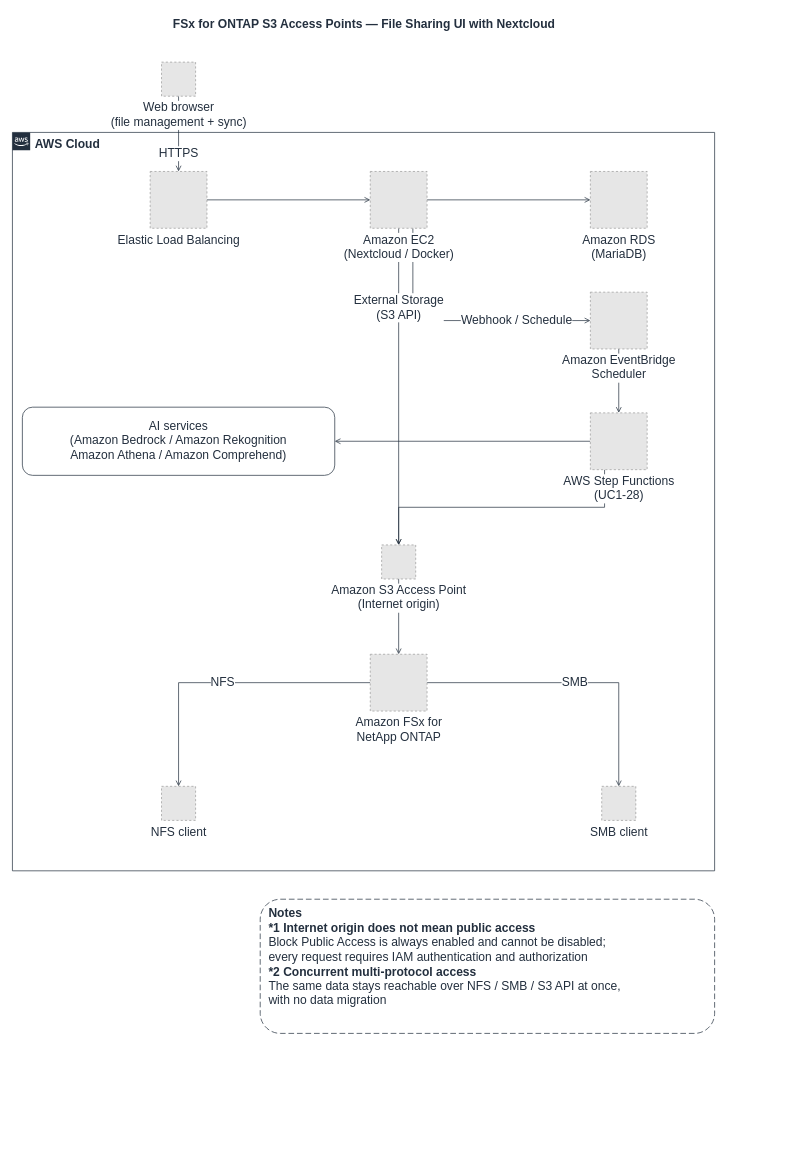
Earlier version of the draw.io diagram docs/diagrams/nextcloud-external-storage-en.drawio (Yoshiki0705/FSx-for-ONTAP-S3AccessPoints-Serverless-Patterns). Source tidied: cells renumbered, new cells numbered last; positions are measured from the earlier drawing's top-left corner, leaving out a move shared by most shapes. Both pictures are drawn from the tidied source at 71%, with x=0, y=0 at pixel (12, 12). Pictures stored in the file or linked from it are replaced by grey dashed boxes.
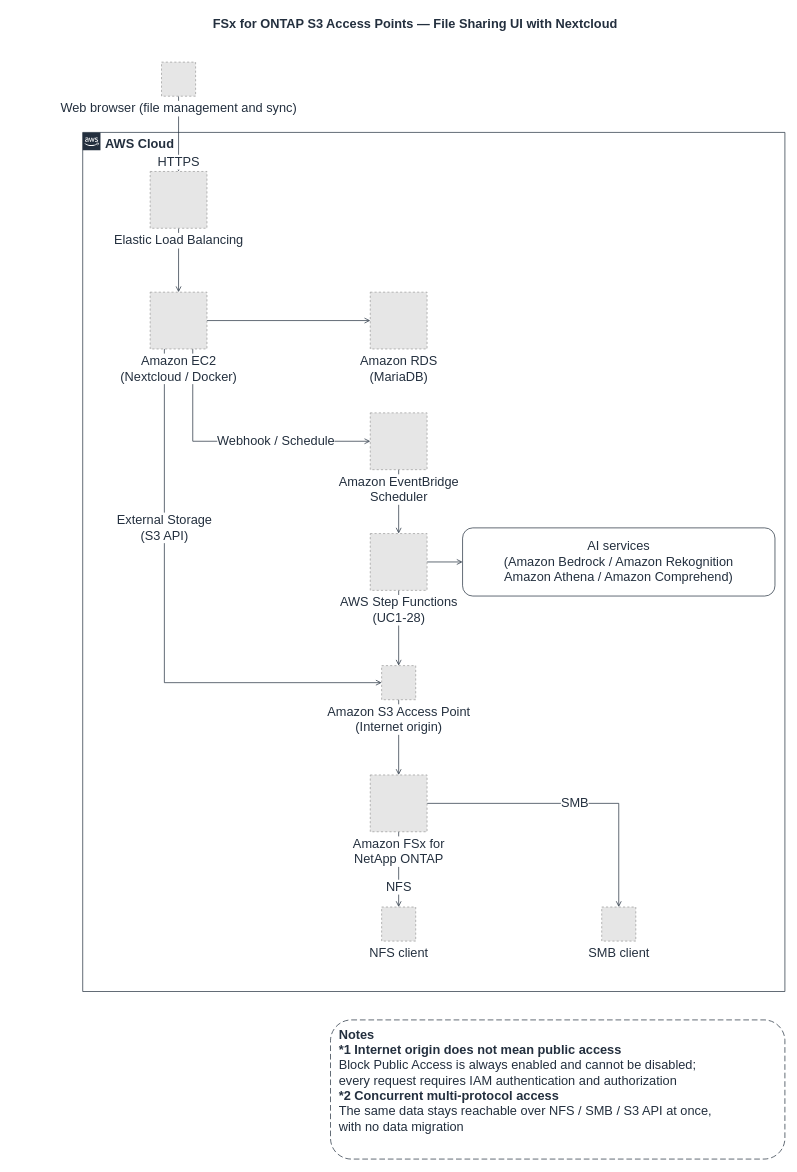
The same diagram, later.

The edit, as a diff of the source:
```diff
@@
-    <mxCell id="2" value="FSx for ONTAP S3 Access Points — File Sharing UI with Nextcloud" style="text;html=1;align=center;verticalAlign=middle;fontSize=17;fontStyle=1;fontColor=#232F3E;" parent="1" vertex="1">
-      <mxGeometry width="989" height="34" as="geometry" />
+    <mxCell id="2" value="FSx for ONTAP S3 Access Points — File Sharing UI with Nextcloud" style="text;html=1;align=center;verticalAlign=middle;fontSize=18;fontStyle=1;fontColor=#232F3E;" parent="1" vertex="1">
+      <mxGeometry x="46" width="1042" height="34" as="geometry" />
     </mxCell>
-    <mxCell id="3" value="AWS Cloud" style="gradientColor=none;html=1;whiteSpace=wrap;fontSize=17;fontStyle=1;shape=mxgraph.aws4.group;grIcon=mxgraph.aws4.group_aws_cloud_alt;strokeColor=#232F3E;fillColor=none;verticalAlign=top;align=left;spacingLeft=30;fontColor=#232F3E;dashed=0;" parent="1" vertex="1">
-      <mxGeometry y="169" width="989" height="1040" as="geometry" />
-    </mxCell>
-    <mxCell id="4" value="HTTPS" style="edgeStyle=orthogonalEdgeStyle;rounded=0;jettySize=auto;html=1;endArrow=open;endFill=0;strokeColor=#232F3E;strokeWidth=1;fontSize=17;fontColor=#232F3E;labelBackgroundColor=#ffffff;" parent="1" edge="1" source="15" target="17">
+    <mxCell id="4" value="HTTPS" style="edgeStyle=orthogonalEdgeStyle;rounded=0;jettySize=auto;html=1;endArrow=open;endFill=0;strokeColor=#232F3E;strokeWidth=1;fontSize=18;fontColor=#232F3E;labelBackgroundColor=#ffffff;" parent="1" edge="1" source="15" target="17">
       <mxGeometry relative="1" as="geometry">
-        <mxPoint y="28" as="offset" />
+        <mxPoint y="40" as="offset" />
       </mxGeometry>
     </mxCell>
-    <mxCell id="5" style="edgeStyle=orthogonalEdgeStyle;rounded=0;jettySize=auto;html=1;endArrow=open;endFill=0;strokeColor=#232F3E;strokeWidth=1;fontSize=17;fontColor=#232F3E;labelBackgroundColor=#ffffff;" parent="1" edge="1" source="17" target="18">
+    <mxCell id="5" style="edgeStyle=orthogonalEdgeStyle;rounded=0;jettySize=auto;html=1;endArrow=open;endFill=0;strokeColor=#232F3E;strokeWidth=1;fontSize=18;fontColor=#232F3E;labelBackgroundColor=#ffffff;" parent="1" edge="1" source="17" target="18">
       <mxGeometry relative="1" as="geometry" />
     </mxCell>
-    <mxCell id="6" style="edgeStyle=orthogonalEdgeStyle;rounded=0;jettySize=auto;html=1;endArrow=open;endFill=0;strokeColor=#232F3E;strokeWidth=1;fontSize=17;fontColor=#232F3E;labelBackgroundColor=#ffffff;" parent="1" edge="1" source="18" target="16">
+    <mxCell id="6" style="edgeStyle=orthogonalEdgeStyle;rounded=0;jettySize=auto;html=1;endArrow=open;endFill=0;strokeColor=#232F3E;strokeWidth=1;fontSize=18;fontColor=#232F3E;labelBackgroundColor=#ffffff;" parent="1" edge="1" source="18" target="16">
       <mxGeometry relative="1" as="geometry" />
     </mxCell>
-    <mxCell id="7" value="Webhook / Schedule" style="edgeStyle=orthogonalEdgeStyle;rounded=0;jettySize=auto;html=1;endArrow=open;endFill=0;strokeColor=#232F3E;strokeWidth=1;fontSize=17;fontColor=#232F3E;labelBackgroundColor=#ffffff;exitX=0.75;exitY=1;exitDx=0;exitDy=0;entryX=0;entryY=0.5;entryDx=0;entryDy=0;" parent="1" edge="1" source="18" target="19">
-      <mxGeometry x="0.45" relative="1" as="geometry" />
+    <mxCell id="7" value="Webhook / Schedule" style="edgeStyle=orthogonalEdgeStyle;rounded=0;jettySize=auto;html=1;endArrow=open;endFill=0;strokeColor=#232F3E;strokeWidth=1;fontSize=18;fontColor=#232F3E;labelBackgroundColor=#ffffff;exitX=0.75;exitY=1;exitDx=0;exitDy=0;entryX=0;entryY=0.5;entryDx=0;entryDy=0;" parent="1" edge="1" source="18" target="19">
+      <mxGeometry x="0.3" relative="1" as="geometry" />
     </mxCell>
-    <mxCell id="8" style="edgeStyle=orthogonalEdgeStyle;rounded=0;jettySize=auto;html=1;endArrow=open;endFill=0;strokeColor=#232F3E;strokeWidth=1;fontSize=17;fontColor=#232F3E;labelBackgroundColor=#ffffff;" parent="1" edge="1" source="19" target="21">
+    <mxCell id="8" style="edgeStyle=orthogonalEdgeStyle;rounded=0;jettySize=auto;html=1;endArrow=open;endFill=0;strokeColor=#232F3E;strokeWidth=1;fontSize=18;fontColor=#232F3E;labelBackgroundColor=#ffffff;" parent="1" edge="1" source="19" target="21">
       <mxGeometry relative="1" as="geometry" />
     </mxCell>
-    <mxCell id="9" style="edgeStyle=orthogonalEdgeStyle;rounded=0;jettySize=auto;html=1;endArrow=open;endFill=0;strokeColor=#232F3E;strokeWidth=1;fontSize=17;fontColor=#232F3E;labelBackgroundColor=#ffffff;" parent="1" edge="1" source="21" target="20">
+    <mxCell id="9" style="edgeStyle=orthogonalEdgeStyle;rounded=0;jettySize=auto;html=1;endArrow=open;endFill=0;strokeColor=#232F3E;strokeWidth=1;fontSize=18;fontColor=#232F3E;labelBackgroundColor=#ffffff;" parent="1" edge="1" source="21" target="20">
       <mxGeometry relative="1" as="geometry" />
     </mxCell>
-    <mxCell id="10" style="edgeStyle=orthogonalEdgeStyle;rounded=0;jettySize=auto;html=1;endArrow=open;endFill=0;strokeColor=#232F3E;strokeWidth=1;fontSize=17;fontColor=#232F3E;labelBackgroundColor=#ffffff;exitX=0.25;exitY=1;exitDx=0;exitDy=0;" parent="1" edge="1" source="21" target="22">
+    <mxCell id="10" style="edgeStyle=orthogonalEdgeStyle;rounded=0;jettySize=auto;html=1;endArrow=open;endFill=0;strokeColor=#232F3E;strokeWidth=1;fontSize=18;fontColor=#232F3E;labelBackgroundColor=#ffffff;" parent="1" edge="1" source="21" target="22">
       <mxGeometry relative="1" as="geometry" />
     </mxCell>
-    <mxCell id="11" value="External Storage&lt;br&gt;(S3 API)" style="edgeStyle=orthogonalEdgeStyle;rounded=0;jettySize=auto;html=1;endArrow=open;endFill=0;strokeColor=#232F3E;strokeWidth=1;fontSize=17;fontColor=#232F3E;labelBackgroundColor=#ffffff;" parent="1" edge="1" source="18" target="22">
-      <mxGeometry x="-0.5" relative="1" as="geometry" />
+    <mxCell id="11" value="External Storage&lt;br&gt;(S3 API)" style="edgeStyle=orthogonalEdgeStyle;rounded=0;jettySize=auto;html=1;endArrow=open;endFill=0;strokeColor=#232F3E;strokeWidth=1;fontSize=18;fontColor=#232F3E;labelBackgroundColor=#ffffff;exitX=0.25;exitY=1;exitDx=0;exitDy=0;entryX=0;entryY=0.5;entryDx=0;entryDy=0;" parent="1" edge="1" source="18" target="22">
+      <mxGeometry x="-0.35" relative="1" as="geometry" />
     </mxCell>
-    <mxCell id="12" style="edgeStyle=orthogonalEdgeStyle;rounded=0;jettySize=auto;html=1;endArrow=open;endFill=0;strokeColor=#232F3E;strokeWidth=1;fontSize=17;fontColor=#232F3E;labelBackgroundColor=#ffffff;" parent="1" edge="1" source="22" target="23">
+    <mxCell id="12" style="edgeStyle=orthogonalEdgeStyle;rounded=0;jettySize=auto;html=1;endArrow=open;endFill=0;strokeColor=#232F3E;strokeWidth=1;fontSize=18;fontColor=#232F3E;labelBackgroundColor=#ffffff;" parent="1" edge="1" source="22" target="23">
       <mxGeometry relative="1" as="geometry" />
     </mxCell>
-    <mxCell id="13" value="NFS" style="edgeStyle=orthogonalEdgeStyle;rounded=0;jettySize=auto;html=1;endArrow=open;endFill=0;strokeColor=#232F3E;strokeWidth=1;fontSize=17;fontColor=#232F3E;labelBackgroundColor=#ffffff;" parent="1" edge="1" source="23" target="24">
-      <mxGeometry relative="1" as="geometry" />
+    <mxCell id="13" value="NFS" style="edgeStyle=orthogonalEdgeStyle;rounded=0;jettySize=auto;html=1;endArrow=open;endFill=0;strokeColor=#232F3E;strokeWidth=1;fontSize=18;fontColor=#232F3E;labelBackgroundColor=#ffffff;" parent="1" edge="1" source="23" target="24">
+      <mxGeometry relative="1" as="geometry">
+        <mxPoint y="25" as="offset" />
+      </mxGeometry>
     </mxCell>
-    <mxCell id="14" value="SMB" style="edgeStyle=orthogonalEdgeStyle;rounded=0;jettySize=auto;html=1;endArrow=open;endFill=0;strokeColor=#232F3E;strokeWidth=1;fontSize=17;fontColor=#232F3E;labelBackgroundColor=#ffffff;" parent="1" edge="1" source="23" target="25">
+    <mxCell id="14" value="SMB" style="edgeStyle=orthogonalEdgeStyle;rounded=0;jettySize=auto;html=1;endArrow=open;endFill=0;strokeColor=#232F3E;strokeWidth=1;fontSize=18;fontColor=#232F3E;labelBackgroundColor=#ffffff;" parent="1" edge="1" source="23" target="25">
       <mxGeometry relative="1" as="geometry" />
     </mxCell>
+    <mxCell id="3" value="AWS Cloud" style="gradientColor=none;html=1;whiteSpace=wrap;fontSize=18;fontStyle=1;shape=mxgraph.aws4.group;grIcon=mxgraph.aws4.group_aws_cloud_alt;strokeColor=#232F3E;fillColor=none;verticalAlign=top;align=left;spacingLeft=30;fontColor=#232F3E;dashed=0;labelBackgroundColor=#FFFFFF;" parent="1" vertex="1">
+      <mxGeometry x="99" y="169" width="989" height="1210" as="geometry" />
+    </mxCell>
-    <mxCell id="15" value="Web browser&lt;br&gt;(file management + sync)" style="fillColor=#E6E6E6;strokeColor=#999999;dashed=1;html=1;verticalLabelPosition=bottom;verticalAlign=top;labelPosition=center;align=center;fontSize=17;fontColor=#232F3E;labelBackgroundColor=#FFFFFF;" parent="1" vertex="1">
+    <mxCell id="15" value="Web browser (file management and sync)" style="fillColor=#E6E6E6;strokeColor=#999999;dashed=1;html=1;verticalLabelPosition=bottom;verticalAlign=top;labelPosition=center;align=center;fontSize=18;fontColor=#232F3E;labelBackgroundColor=#FFFFFF;" parent="1" vertex="1">
       <mxGeometry x="210" y="70" width="48" height="48" as="geometry" />
     </mxCell>
-    <mxCell id="16" value="Amazon RDS&lt;br&gt;(MariaDB)" style="fillColor=#E6E6E6;strokeColor=#999999;dashed=1;html=1;verticalLabelPosition=bottom;verticalAlign=top;labelPosition=center;align=center;fontSize=17;fontColor=#232F3E;labelBackgroundColor=#FFFFFF;" parent="1" vertex="1">
-      <mxGeometry x="814" y="224" width="80" height="80" as="geometry" />
-    </mxCell>
-    <mxCell id="17" value="Elastic Load Balancing" style="fillColor=#E6E6E6;strokeColor=#999999;dashed=1;html=1;verticalLabelPosition=bottom;verticalAlign=top;labelPosition=center;align=center;fontSize=17;fontColor=#232F3E;labelBackgroundColor=#FFFFFF;" parent="1" vertex="1">
+    <mxCell id="17" value="Elastic Load Balancing" style="fillColor=#E6E6E6;strokeColor=#999999;dashed=1;html=1;verticalLabelPosition=bottom;verticalAlign=top;labelPosition=center;align=center;fontSize=18;fontColor=#232F3E;labelBackgroundColor=#FFFFFF;" parent="1" vertex="1">
       <mxGeometry x="194" y="224" width="80" height="80" as="geometry" />
     </mxCell>
-    <mxCell id="18" value="Amazon EC2&lt;br&gt;(Nextcloud / Docker)" style="fillColor=#E6E6E6;strokeColor=#999999;dashed=1;html=1;verticalLabelPosition=bottom;verticalAlign=top;labelPosition=center;align=center;fontSize=17;fontColor=#232F3E;labelBackgroundColor=#FFFFFF;" parent="1" vertex="1">
-      <mxGeometry x="504" y="224" width="80" height="80" as="geometry" />
+    <mxCell id="18" value="Amazon EC2&lt;br&gt;(Nextcloud / Docker)" style="fillColor=#E6E6E6;strokeColor=#999999;dashed=1;html=1;verticalLabelPosition=bottom;verticalAlign=top;labelPosition=center;align=center;fontSize=18;fontColor=#232F3E;labelBackgroundColor=#FFFFFF;" parent="1" vertex="1">
+      <mxGeometry x="194" y="394" width="80" height="80" as="geometry" />
     </mxCell>
+    <mxCell id="16" value="Amazon RDS&lt;br&gt;(MariaDB)" style="fillColor=#E6E6E6;strokeColor=#999999;dashed=1;html=1;verticalLabelPosition=bottom;verticalAlign=top;labelPosition=center;align=center;fontSize=18;fontColor=#232F3E;labelBackgroundColor=#FFFFFF;" parent="1" vertex="1">
+      <mxGeometry x="504" y="394" width="80" height="80" as="geometry" />
+    </mxCell>
-    <mxCell id="19" value="Amazon EventBridge&lt;br&gt;Scheduler" style="fillColor=#E6E6E6;strokeColor=#999999;dashed=1;html=1;verticalLabelPosition=bottom;verticalAlign=top;labelPosition=center;align=center;fontSize=17;fontColor=#232F3E;labelBackgroundColor=#FFFFFF;" parent="1" vertex="1">
-      <mxGeometry x="814" y="394" width="80" height="80" as="geometry" />
+    <mxCell id="19" value="Amazon EventBridge&lt;br&gt;Scheduler" style="fillColor=#E6E6E6;strokeColor=#999999;dashed=1;html=1;verticalLabelPosition=bottom;verticalAlign=top;labelPosition=center;align=center;fontSize=18;fontColor=#232F3E;labelBackgroundColor=#FFFFFF;" parent="1" vertex="1">
+      <mxGeometry x="504" y="564" width="80" height="80" as="geometry" />
     </mxCell>
+    <mxCell id="21" value="AWS Step Functions&lt;br&gt;(UC1-28)" style="fillColor=#E6E6E6;strokeColor=#999999;dashed=1;html=1;verticalLabelPosition=bottom;verticalAlign=top;labelPosition=center;align=center;fontSize=18;fontColor=#232F3E;labelBackgroundColor=#FFFFFF;" parent="1" vertex="1">
+      <mxGeometry x="504" y="734" width="80" height="80" as="geometry" />
+    </mxCell>
-    <mxCell id="20" value="AI services&lt;br&gt;(Amazon Bedrock / Amazon Rekognition&lt;br&gt;Amazon Athena / Amazon Comprehend)" style="rounded=1;whiteSpace=wrap;html=1;dashed=0;strokeColor=#232F3E;fillColor=#FFFFFF;align=center;verticalAlign=middle;fontSize=17;fontColor=#232F3E;" parent="1" vertex="1">
-      <mxGeometry x="14" y="556" width="440" height="96" as="geometry" />
+    <mxCell id="20" value="AI services&lt;br&gt;(Amazon Bedrock / Amazon Rekognition&lt;br&gt;Amazon Athena / Amazon Comprehend)" style="rounded=1;whiteSpace=wrap;html=1;dashed=0;strokeColor=#232F3E;fillColor=#FFFFFF;align=center;verticalAlign=middle;fontSize=18;fontColor=#232F3E;" parent="1" vertex="1">
+      <mxGeometry x="634" y="726" width="440" height="96" as="geometry" />
     </mxCell>
-    <mxCell id="21" value="AWS Step Functions&lt;br&gt;(UC1-28)" style="fillColor=#E6E6E6;strokeColor=#999999;dashed=1;html=1;verticalLabelPosition=bottom;verticalAlign=top;labelPosition=center;align=center;fontSize=17;fontColor=#232F3E;labelBackgroundColor=#FFFFFF;" parent="1" vertex="1">
-      <mxGeometry x="814" y="564" width="80" height="80" as="geometry" />
-    </mxCell>
-    <mxCell id="22" value="Amazon S3 Access Point&lt;br&gt;(Internet origin)" style="fillColor=#E6E6E6;strokeColor=#999999;dashed=1;html=1;verticalLabelPosition=bottom;verticalAlign=top;labelPosition=center;align=center;fontSize=17;fontColor=#232F3E;labelBackgroundColor=#FFFFFF;" parent="1" vertex="1">
-      <mxGeometry x="520" y="750" width="48" height="48" as="geometry" />
+    <mxCell id="22" value="Amazon S3 Access Point&lt;br&gt;(Internet origin)" style="fillColor=#E6E6E6;strokeColor=#999999;dashed=1;html=1;verticalLabelPosition=bottom;verticalAlign=top;labelPosition=center;align=center;fontSize=18;fontColor=#232F3E;labelBackgroundColor=#FFFFFF;" parent="1" vertex="1">
+      <mxGeometry x="520" y="920" width="48" height="48" as="geometry" />
     </mxCell>
-    <mxCell id="23" value="Amazon FSx for&lt;br&gt;NetApp ONTAP" style="fillColor=#E6E6E6;strokeColor=#999999;dashed=1;html=1;verticalLabelPosition=bottom;verticalAlign=top;labelPosition=center;align=center;fontSize=17;fontColor=#232F3E;labelBackgroundColor=#FFFFFF;" parent="1" vertex="1">
-      <mxGeometry x="504" y="904" width="80" height="80" as="geometry" />
+    <mxCell id="23" value="Amazon FSx for&lt;br&gt;NetApp ONTAP" style="fillColor=#E6E6E6;strokeColor=#999999;dashed=1;html=1;verticalLabelPosition=bottom;verticalAlign=top;labelPosition=center;align=center;fontSize=18;fontColor=#232F3E;labelBackgroundColor=#FFFFFF;" parent="1" vertex="1">
+      <mxGeometry x="504" y="1074" width="80" height="80" as="geometry" />
     </mxCell>
-    <mxCell id="24" value="NFS client" style="fillColor=#E6E6E6;strokeColor=#999999;dashed=1;html=1;verticalLabelPosition=bottom;verticalAlign=top;labelPosition=center;align=center;fontSize=17;fontColor=#232F3E;labelBackgroundColor=#FFFFFF;" parent="1" vertex="1">
-      <mxGeometry x="210" y="1090" width="48" height="48" as="geometry" />
+    <mxCell id="24" value="NFS client" style="fillColor=#E6E6E6;strokeColor=#999999;dashed=1;html=1;verticalLabelPosition=bottom;verticalAlign=top;labelPosition=center;align=center;fontSize=18;fontColor=#232F3E;labelBackgroundColor=#FFFFFF;" parent="1" vertex="1">
+      <mxGeometry x="520" y="1260" width="48" height="48" as="geometry" />
     </mxCell>
-    <mxCell id="25" value="SMB client" style="fillColor=#E6E6E6;strokeColor=#999999;dashed=1;html=1;verticalLabelPosition=bottom;verticalAlign=top;labelPosition=center;align=center;fontSize=17;fontColor=#232F3E;labelBackgroundColor=#FFFFFF;" parent="1" vertex="1">
-      <mxGeometry x="830" y="1090" width="48" height="48" as="geometry" />
+    <mxCell id="25" value="SMB client" style="fillColor=#E6E6E6;strokeColor=#999999;dashed=1;html=1;verticalLabelPosition=bottom;verticalAlign=top;labelPosition=center;align=center;fontSize=18;fontColor=#232F3E;labelBackgroundColor=#FFFFFF;" parent="1" vertex="1">
+      <mxGeometry x="830" y="1260" width="48" height="48" as="geometry" />
     </mxCell>
-    <mxCell id="26" value="&lt;b&gt;Notes&lt;/b&gt;&lt;br&gt;&lt;b&gt;*1 Internet origin does not mean public access&lt;/b&gt;&lt;br&gt;Block Public Access is always enabled and cannot be disabled;&lt;br&gt;every request requires IAM authentication and authorization&lt;br&gt;&lt;b&gt;*2 Concurrent multi-protocol access&lt;/b&gt;&lt;br&gt;The same data stays reachable over NFS / SMB / S3 API at once,&lt;br&gt;with no data migration" style="rounded=1;whiteSpace=wrap;html=1;dashed=1;dashPattern=8 4;strokeColor=#232F3E;fillColor=#FFFFFF;align=left;verticalAlign=top;spacingLeft=10;spacingTop=4;fontSize=17;fontColor=#232F3E;" parent="1" vertex="1">
-      <mxGeometry x="349" y="1249" width="640" height="189" as="geometry" />
+    <mxCell id="26" value="&lt;b&gt;Notes&lt;/b&gt;&lt;br&gt;&lt;b&gt;*1 Internet origin does not mean public access&lt;/b&gt;&lt;br&gt;Block Public Access is always enabled and cannot be disabled;&lt;br&gt;every request requires IAM authentication and authorization&lt;br&gt;&lt;b&gt;*2 Concurrent multi-protocol access&lt;/b&gt;&lt;br&gt;The same data stays reachable over NFS / SMB / S3 API at once,&lt;br&gt;with no data migration" style="rounded=1;whiteSpace=wrap;html=1;dashed=1;dashPattern=8 4;strokeColor=#232F3E;fillColor=#FFFFFF;align=left;verticalAlign=top;spacingLeft=10;spacingTop=4;fontSize=18;fontColor=#232F3E;" parent="1" vertex="1">
+      <mxGeometry x="448" y="1419" width="640" height="196" as="geometry" />
     </mxCell>
```
